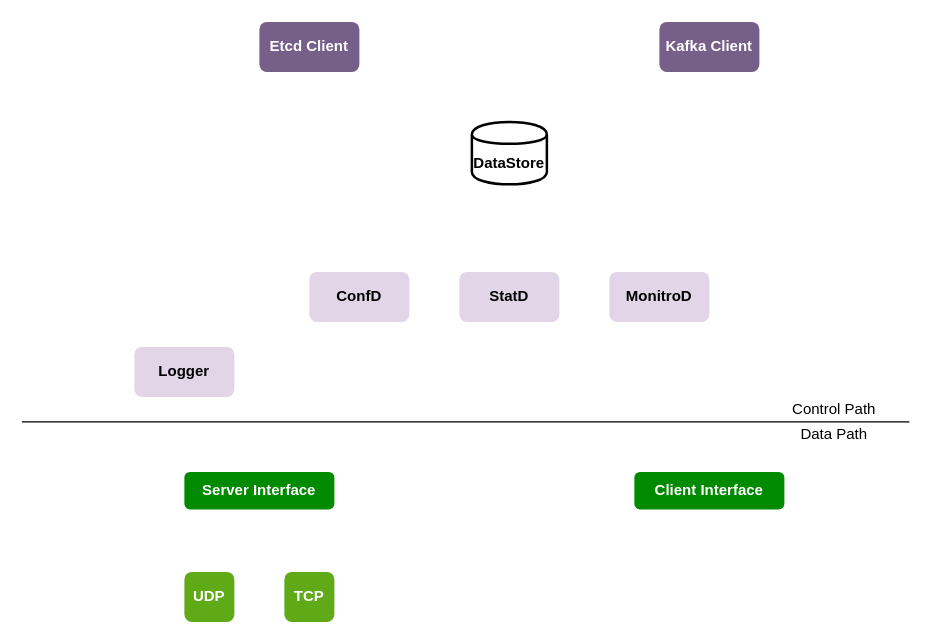
sugchand/drawio keeps this draw.io diagram as go-pingpong.drawio. Above is the earlier version. Source tidied: cells renumbered, new cells numbered last; positions are measured from the earlier drawing's top-left corner, leaving out a move shared by most shapes. Both pictures are drawn from the tidied source at 125%, with x=0, y=0 at pixel (21, 21).
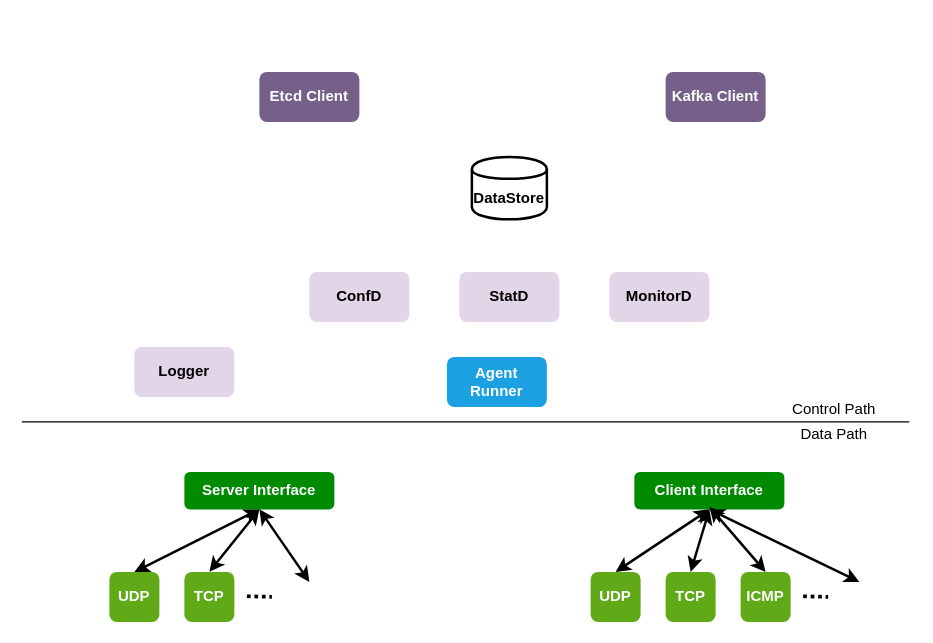
The same diagram, later.

Unchanged cells that the change refers to:
```xml
<mxCell id="12" value="&lt;b&gt;Server Interface&lt;/b&gt;" style="rounded=1;whiteSpace=wrap;html=1;fillColor=#008a00;strokeColor=none;fontColor=#ffffff;" parent="1" vertex="1">
  <mxGeometry x="130" y="360" width="120" height="30" as="geometry" />
</mxCell>
<mxCell id="13" value="&lt;b&gt;Client Interface&lt;/b&gt;" style="rounded=1;whiteSpace=wrap;html=1;fillColor=#008a00;strokeColor=none;fontColor=#ffffff;" parent="1" vertex="1">
  <mxGeometry x="490" y="360" width="120" height="30" as="geometry" />
</mxCell>
```

What changed in the source:
```diff
@@
-    <mxCell id="4" value="&lt;b&gt;MonitroD&lt;/b&gt;" style="rounded=1;whiteSpace=wrap;html=1;fillColor=#e1d5e7;strokeColor=none;" parent="1" vertex="1">
+    <mxCell id="4" value="&lt;b&gt;MonitorD&lt;/b&gt;" style="rounded=1;whiteSpace=wrap;html=1;fillColor=#e1d5e7;strokeColor=none;" parent="1" vertex="1">
       <mxGeometry x="470" y="200" width="80" height="40" as="geometry" />
     </mxCell>
@@
     <mxCell id="9" value="&lt;b&gt;Kafka Client&lt;/b&gt;" style="rounded=1;whiteSpace=wrap;html=1;fillColor=#76608a;strokeColor=none;fontColor=#ffffff;" parent="1" vertex="1">
-      <mxGeometry x="510" width="80" height="40" as="geometry" />
+      <mxGeometry x="515" y="40" width="80" height="40" as="geometry" />
     </mxCell>
     <mxCell id="10" value="&lt;b&gt;Etcd Client&lt;/b&gt;" style="rounded=1;whiteSpace=wrap;html=1;fillColor=#76608a;strokeColor=none;fontColor=#ffffff;" parent="1" vertex="1">
-      <mxGeometry x="190" width="80" height="40" as="geometry" />
+      <mxGeometry x="190" y="40" width="80" height="40" as="geometry" />
     </mxCell>
     <mxCell id="11" value="&lt;b&gt;DataStore&lt;/b&gt;" style="shape=cylinder;whiteSpace=wrap;html=1;boundedLbl=1;backgroundOutline=1;strokeWidth=2;" parent="1" vertex="1">
-      <mxGeometry x="360" y="80" width="60" height="50" as="geometry" />
+      <mxGeometry x="360" y="108" width="60" height="50" as="geometry" />
     </mxCell>
@@
     <mxCell id="14" value="&lt;b&gt;UDP&lt;/b&gt;" style="rounded=1;whiteSpace=wrap;html=1;fillColor=#60a917;strokeColor=none;fontColor=#ffffff;" parent="1" vertex="1">
-      <mxGeometry x="130" y="440" width="40" height="40" as="geometry" />
+      <mxGeometry x="70" y="440" width="40" height="40" as="geometry" />
     </mxCell>
     <mxCell id="15" value="&lt;b&gt;TCP&lt;/b&gt;" style="rounded=1;whiteSpace=wrap;html=1;fillColor=#60a917;strokeColor=none;fontColor=#ffffff;" parent="1" vertex="1">
-      <mxGeometry x="210" y="440" width="40" height="40" as="geometry" />
+      <mxGeometry x="130" y="440" width="40" height="40" as="geometry" />
     </mxCell>
+    <mxCell id="16" value="&lt;b&gt;UDP&lt;/b&gt;" style="rounded=1;whiteSpace=wrap;html=1;fillColor=#60a917;strokeColor=none;fontColor=#ffffff;" parent="1" vertex="1">
+      <mxGeometry x="455" y="440" width="40" height="40" as="geometry" />
+    </mxCell>
+    <mxCell id="17" value="&lt;b&gt;TCP&lt;/b&gt;" style="rounded=1;whiteSpace=wrap;html=1;fillColor=#60a917;strokeColor=none;fontColor=#ffffff;" parent="1" vertex="1">
+      <mxGeometry x="515" y="440" width="40" height="40" as="geometry" />
+    </mxCell>
+    <mxCell id="18" value="&lt;b&gt;ICMP&lt;/b&gt;" style="rounded=1;whiteSpace=wrap;html=1;fillColor=#60a917;strokeColor=none;fontColor=#ffffff;" parent="1" vertex="1">
+      <mxGeometry x="575" y="440" width="40" height="40" as="geometry" />
+    </mxCell>
+    <mxCell id="19" style="endArrow=none;dashed=1;html=1;strokeWidth=3;dashPattern=1 1;" parent="1" edge="1">
+      <mxGeometry relative="1" as="geometry">
+        <mxPoint x="180" y="459.5" as="sourcePoint" />
+        <mxPoint x="200" y="460" as="targetPoint" />
+      </mxGeometry>
+    </mxCell>
+    <mxCell id="20" style="endArrow=none;dashed=1;html=1;strokeWidth=3;dashPattern=1 1;" parent="1" edge="1">
+      <mxGeometry relative="1" as="geometry">
+        <mxPoint x="625" y="459.5" as="sourcePoint" />
+        <mxPoint x="645" y="460" as="targetPoint" />
+      </mxGeometry>
+    </mxCell>
+    <mxCell id="21" style="endArrow=classic;startArrow=classic;html=1;strokeWidth=2;entryX=0.5;entryY=1;entryDx=0;entryDy=0;exitX=0.5;exitY=0;exitDx=0;exitDy=0;" parent="1" edge="1" source="14" target="12">
+      <mxGeometry relative="1" as="geometry" />
+    </mxCell>
+    <mxCell id="22" style="endArrow=classic;startArrow=classic;html=1;strokeWidth=2;entryX=0.5;entryY=1;entryDx=0;entryDy=0;exitX=0.5;exitY=0;exitDx=0;exitDy=0;" parent="1" edge="1" source="15" target="12">
+      <mxGeometry relative="1" as="geometry" />
+    </mxCell>
+    <mxCell id="23" style="endArrow=classic;startArrow=classic;html=1;strokeWidth=2;entryX=0.5;entryY=1;entryDx=0;entryDy=0;exitX=0.5;exitY=0;exitDx=0;exitDy=0;" parent="1" edge="1" source="16" target="13">
+      <mxGeometry relative="1" as="geometry" />
+    </mxCell>
+    <mxCell id="24" style="endArrow=classic;startArrow=classic;html=1;strokeWidth=2;entryX=0.5;entryY=1;entryDx=0;entryDy=0;" parent="1" edge="1" target="12">
+      <mxGeometry relative="1" as="geometry">
+        <mxPoint x="230" y="448" as="sourcePoint" />
+      </mxGeometry>
+    </mxCell>
+    <mxCell id="25" value="&lt;b&gt;Agent Runner&lt;/b&gt;" style="rounded=1;whiteSpace=wrap;html=1;fillColor=#1ba1e2;strokeColor=none;fontColor=#ffffff;" parent="1" vertex="1">
+      <mxGeometry x="340" y="268" width="80" height="40" as="geometry" />
+    </mxCell>
+    <mxCell id="26" style="endArrow=classic;startArrow=classic;html=1;strokeWidth=2;entryX=0.5;entryY=1;entryDx=0;entryDy=0;exitX=0.5;exitY=0;exitDx=0;exitDy=0;" parent="1" edge="1" source="17" target="13">
+      <mxGeometry relative="1" as="geometry" />
+    </mxCell>
+    <mxCell id="27" style="endArrow=classic;startArrow=classic;html=1;strokeWidth=2;exitX=0.5;exitY=0;exitDx=0;exitDy=0;" parent="1" edge="1" source="18">
+      <mxGeometry relative="1" as="geometry">
+        <mxPoint x="550" y="388" as="targetPoint" />
+      </mxGeometry>
+    </mxCell>
+    <mxCell id="28" style="endArrow=classic;startArrow=classic;html=1;strokeWidth=2;entryX=0.5;entryY=1;entryDx=0;entryDy=0;" parent="1" edge="1" target="13">
+      <mxGeometry relative="1" as="geometry">
+        <mxPoint x="670" y="448" as="sourcePoint" />
+      </mxGeometry>
+    </mxCell>
```
